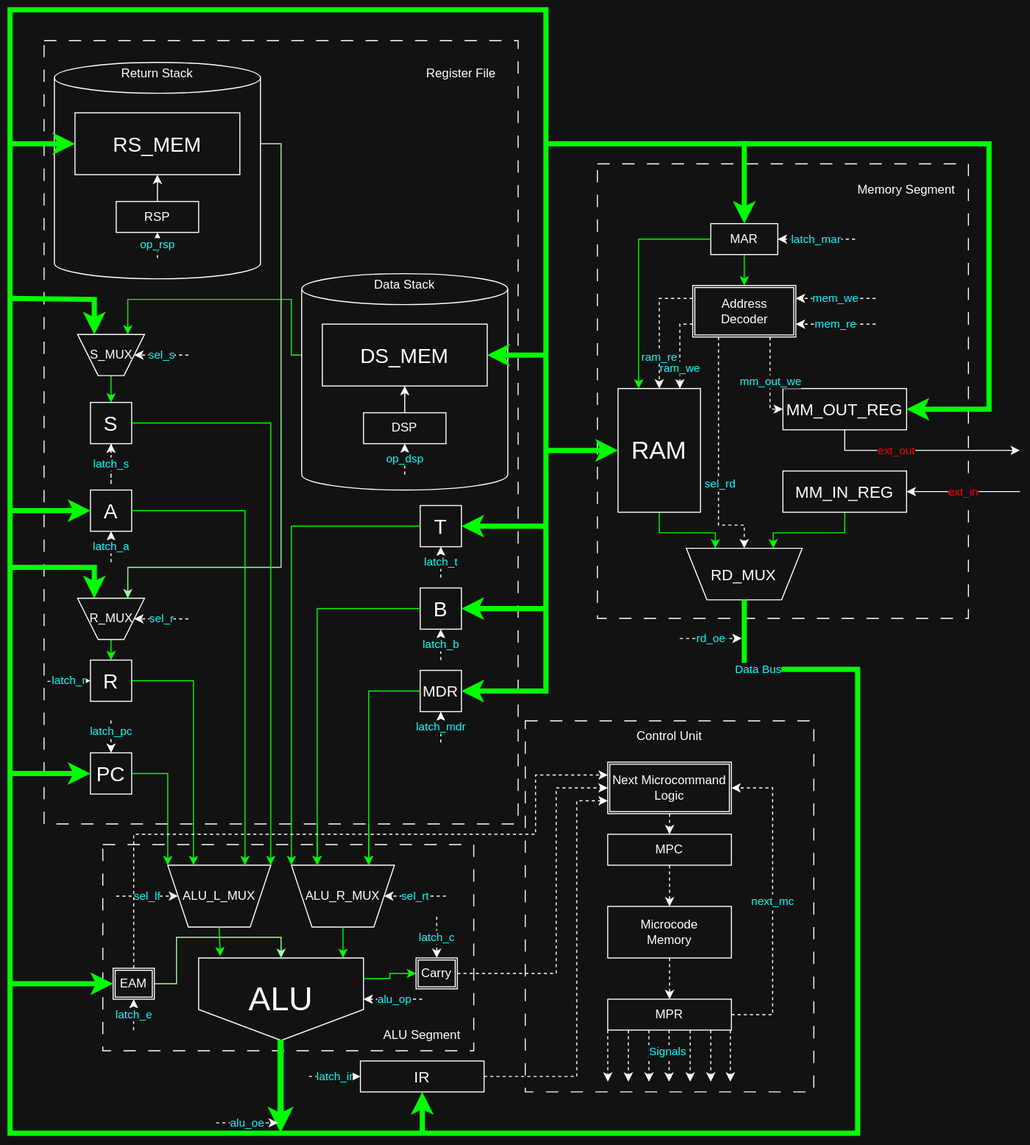
Above: scheme/scheme.svg in Z4Y4T/CSA_lab3 (draw.io), before the change. Source tidied: cells renumbered, new cells last; positions are measured from the earlier drawing's top-left corner, leaving out a move shared by most shapes.
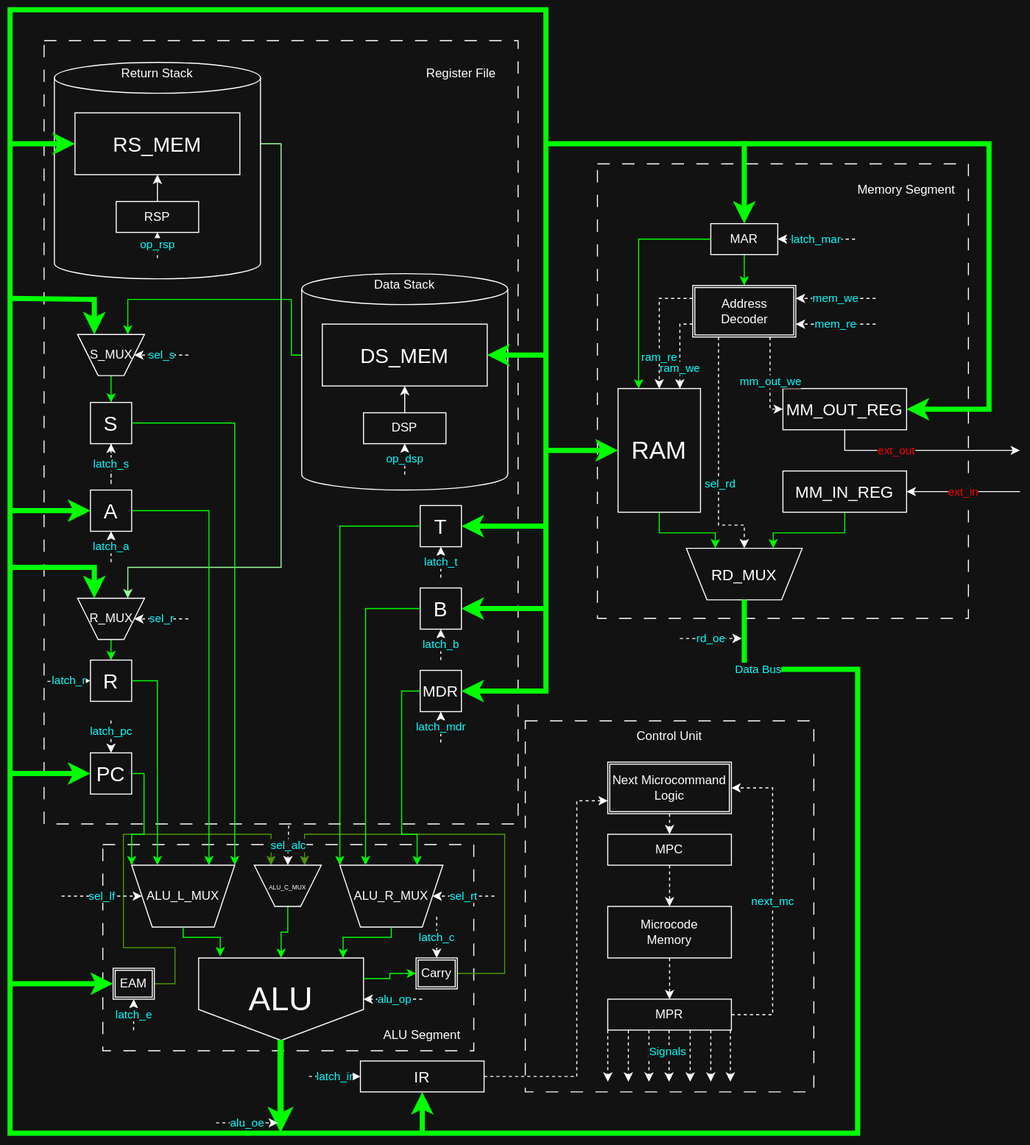
After the commit.

Commit message:
fixed c & eam in alu

What changed in the source:
```diff
@@ -235,39 +235,66 @@
     <mxCell id="49" value="&lt;font style=&quot;font-size: 32px;&quot;&gt;ALU&lt;/font&gt;" style="shape=offPageConnector;whiteSpace=wrap;html=1;size=0.375;" parent="48" vertex="1">
       <mxGeometry x="93" y="110" width="160" height="80" as="geometry" />
     </mxCell>
-    <mxCell id="50" style="edgeStyle=orthogonalEdgeStyle;rounded=0;jettySize=auto;html=1;entryX=0.5;entryY=0;entryDx=0;entryDy=0;strokeColor=light-dark(#000000,#99FF99);" parent="48" edge="1" source="51" target="49">
-      <mxGeometry relative="1" as="geometry" />
-    </mxCell>
+    <mxCell id="125" style="edgeStyle=orthogonalEdgeStyle;rounded=0;jettySize=auto;html=1;entryX=0.75;entryY=1;entryDx=0;entryDy=0;exitX=1;exitY=0.5;exitDx=0;exitDy=0;strokeColor=light-dark(#000000,#4D9900);" parent="48" edge="1" source="51" target="128">
+      <mxGeometry x="0.23" relative="1" as="geometry">
+        <Array as="points">
+          <mxPoint x="70" y="135" />
+          <mxPoint x="70" y="100" />
+          <mxPoint x="20" y="100" />
+          <mxPoint x="20" y="-10" />
+          <mxPoint x="163.3" y="-10" />
+        </Array>
+      </mxGeometry>
+    </mxCell>
     <mxCell id="51" value="EAM" style="shape=ext;double=1;rounded=0;whiteSpace=wrap;html=1;" parent="48" vertex="1">
       <mxGeometry x="10" y="120" width="40" height="30" as="geometry" />
     </mxCell>
     <mxCell id="52" style="edgeStyle=orthogonalEdgeStyle;rounded=0;jettySize=auto;html=1;entryX=0;entryY=0.5;entryDx=0;entryDy=0;strokeColor=light-dark(#000000,#00FF00);exitX=1;exitY=0.25;exitDx=0;exitDy=0;" parent="48" edge="1" source="49" target="53">
       <mxGeometry x="-1" relative="1" as="geometry" />
     </mxCell>
+    <mxCell id="126" style="edgeStyle=orthogonalEdgeStyle;rounded=0;jettySize=auto;html=1;entryX=0.25;entryY=1;entryDx=0;entryDy=0;strokeColor=light-dark(#000000,#4D9900);" parent="48" edge="1" source="53" target="128">
+      <mxGeometry relative="1" as="geometry">
+        <Array as="points">
+          <mxPoint x="390" y="125" />
+          <mxPoint x="390" y="-10" />
+          <mxPoint x="195.8" y="-10" />
+        </Array>
+      </mxGeometry>
+    </mxCell>
     <mxCell id="53" value="Carry" style="shape=ext;double=1;rounded=0;whiteSpace=wrap;html=1;" parent="48" vertex="1">
       <mxGeometry x="304" y="110" width="40" height="30" as="geometry" />
     </mxCell>
     <mxCell id="54" value="ALU_R_MUX" style="shape=trapezoid;perimeter=trapezoidPerimeter;whiteSpace=wrap;html=1;shapeInside=1;fixedSize=1;direction=west;" parent="48" vertex="1">
-      <mxGeometry x="183" y="20" width="100" height="60" as="geometry" />
+      <mxGeometry x="230" y="20" width="100" height="60" as="geometry" />
     </mxCell>
     <mxCell id="55" value="ALU_L_MUX" style="shape=trapezoid;perimeter=trapezoidPerimeter;whiteSpace=wrap;html=1;shapeInside=1;fixedSize=1;direction=west;" parent="48" vertex="1">
-      <mxGeometry x="63" y="20" width="100" height="60" as="geometry" />
+      <mxGeometry x="28" y="20" width="100" height="60" as="geometry" />
     </mxCell>
     <mxCell id="56" value="sel_lf" style="endArrow=classic;html=1;rounded=0;entryX=1;entryY=0.5;entryDx=0;entryDy=0;dashed=1;fontColor=light-dark(#000000,#00FFFF);" parent="48" edge="1" target="55">
       <mxGeometry relative="1" as="geometry">
-        <mxPoint x="13" y="50" as="sourcePoint" />
+        <mxPoint x="-40" y="50" as="sourcePoint" />
       </mxGeometry>
     </mxCell>
     <mxCell id="57" value="sel_rt" style="endArrow=classic;html=1;rounded=0;entryX=0;entryY=0.5;entryDx=0;entryDy=0;dashed=1;fontColor=light-dark(#000000,#00FFFF);" parent="48" edge="1" target="54">
       <mxGeometry relative="1" as="geometry">
-        <mxPoint x="333" y="50" as="sourcePoint" />
+        <mxPoint x="380" y="50" as="sourcePoint" />
       </mxGeometry>
     </mxCell>
     <mxCell id="58" style="edgeStyle=orthogonalEdgeStyle;rounded=0;jettySize=auto;html=1;exitX=0.5;exitY=0;exitDx=0;exitDy=0;entryX=0.131;entryY=-0.02;entryDx=0;entryDy=0;entryPerimeter=0;strokeColor=light-dark(#000000,#00FF00);" parent="48" edge="1" source="55" target="49">
-      <mxGeometry relative="1" as="geometry" />
+      <mxGeometry relative="1" as="geometry">
+        <Array as="points">
+          <mxPoint x="78" y="90" />
+          <mxPoint x="114" y="90" />
+        </Array>
+      </mxGeometry>
     </mxCell>
     <mxCell id="59" style="edgeStyle=orthogonalEdgeStyle;rounded=0;jettySize=auto;html=1;exitX=0.5;exitY=0;exitDx=0;exitDy=0;entryX=0.876;entryY=0;entryDx=0;entryDy=0;entryPerimeter=0;strokeColor=light-dark(#000000,#00FF00);" parent="48" edge="1" source="54" target="49">
-      <mxGeometry relative="1" as="geometry" />
+      <mxGeometry relative="1" as="geometry">
+        <Array as="points">
+          <mxPoint x="280" y="90" />
+          <mxPoint x="233.2" y="90" />
+        </Array>
+      </mxGeometry>
     </mxCell>
     <mxCell id="60" value="latch_c" style="endArrow=classic;html=1;rounded=0;entryX=0.5;entryY=0;entryDx=0;entryDy=0;dashed=1;fontColor=light-dark(#000000,#00FFFF);exitX=0.9;exitY=0.35;exitDx=0;exitDy=0;exitPerimeter=0;" parent="48" edge="1" source="48" target="53">
       <mxGeometry relative="1" as="geometry" />
@@ -296,20 +323,12 @@
     <mxCell id="65" value="ALU Segment" style="text;html=1;whiteSpace=wrap;strokeColor=none;fillColor=none;align=center;verticalAlign=middle;rounded=0;" parent="48" vertex="1">
       <mxGeometry x="270" y="170" width="80" height="30" as="geometry" />
     </mxCell>
-    <mxCell id="66" style="endArrow=classic;html=1;rounded=0;entryX=0.25;entryY=1;entryDx=0;entryDy=0;fontColor=light-dark(#000000,#00FFFF);exitX=0;exitY=0.5;exitDx=0;exitDy=0;strokeColor=light-dark(#000000,#00FF00);" parent="1" edge="1" source="103" target="54">
-      <mxGeometry x="-0.36" relative="1" as="geometry">
-        <Array as="points">
-          <mxPoint x="348" y="660" />
-        </Array>
-      </mxGeometry>
-    </mxCell>
-    <mxCell id="67" style="endArrow=classic;html=1;rounded=0;exitX=0;exitY=0.5;exitDx=0;exitDy=0;entryX=0.75;entryY=1;entryDx=0;entryDy=0;strokeColor=light-dark(#000000,#00FF00);" parent="1" edge="1" source="87" target="54">
-      <mxGeometry x="-0.11" relative="1" as="geometry">
-        <Array as="points">
-          <mxPoint x="298" y="550" />
-        </Array>
-      </mxGeometry>
-    </mxCell>
+    <mxCell id="127" style="edgeStyle=orthogonalEdgeStyle;rounded=0;jettySize=auto;html=1;entryX=0.5;entryY=0;entryDx=0;entryDy=0;strokeColor=light-dark(#000000,#00FF00);" parent="48" edge="1" source="128" target="49">
+      <mxGeometry relative="1" as="geometry" />
+    </mxCell>
+    <mxCell id="128" value="&lt;font style=&quot;font-size: 6px;&quot;&gt;ALU_C_MUX&lt;/font&gt;" style="shape=trapezoid;perimeter=trapezoidPerimeter;whiteSpace=wrap;html=1;shapeInside=1;fixedSize=1;direction=west;" parent="48" vertex="1">
+      <mxGeometry x="147" y="20" width="65" height="40" as="geometry" />
+    </mxCell>
     <mxCell id="68" style="rounded=0;whiteSpace=wrap;html=1;dashed=1;dashPattern=12 12;" parent="1" vertex="1">
       <mxGeometry x="33" y="30" width="460" height="760" as="geometry" />
     </mxCell>
@@ -496,14 +515,6 @@
         <mxPoint x="487" y="631" as="sourcePoint" />
       </mxGeometry>
     </mxCell>
-    <mxCell id="111" style="endArrow=classic;html=1;rounded=0;entryX=0.25;entryY=1;entryDx=0;entryDy=0;fontColor=light-dark(#000000,#00FFFF);exitX=0;exitY=0.5;exitDx=0;exitDy=0;strokeColor=light-dark(#000000,#00FF00);" parent="68" edge="1" source="103">
-      <mxGeometry x="-0.36" relative="1" as="geometry">
-        <mxPoint x="315" y="800" as="targetPoint" />
-        <Array as="points">
-          <mxPoint x="315" y="631" />
-        </Array>
-      </mxGeometry>
-    </mxCell>
     <mxCell id="112" value="Register File" style="text;html=1;whiteSpace=wrap;strokeColor=none;fillColor=none;align=center;verticalAlign=middle;rounded=0;" parent="68" vertex="1">
       <mxGeometry x="365" y="17.2" width="80" height="30" as="geometry" />
     </mxCell>
@@ -513,7 +524,7 @@
     <mxCell id="114" style="endArrow=classic;html=1;rounded=0;exitX=0;exitY=0.5;exitDx=0;exitDy=0;entryX=0.75;entryY=1;entryDx=0;entryDy=0;strokeColor=light-dark(#000000,#00FF00);" parent="1" edge="1" source="87" target="54">
       <mxGeometry x="-0.19" relative="1" as="geometry">
         <Array as="points">
-          <mxPoint x="298" y="581" />
+          <mxPoint x="345" y="581" />
         </Array>
       </mxGeometry>
     </mxCell>
@@ -530,29 +541,14 @@
       <mxGeometry x="0.01" relative="1" as="geometry" />
     </mxCell>
     <mxCell id="119" style="endArrow=classic;html=1;rounded=0;strokeColor=light-dark(#000000,#00FF00);entryX=1;entryY=1;entryDx=0;entryDy=0;exitX=1;exitY=0.5;exitDx=0;exitDy=0;" parent="1" edge="1" source="109" target="55">
-      <mxGeometry x="-0.32" relative="1" as="geometry">
+      <mxGeometry x="-0.38" relative="1" as="geometry">
         <Array as="points">
-          <mxPoint x="153" y="741" />
+          <mxPoint x="130" y="741" />
+          <mxPoint x="130" y="800" />
+          <mxPoint x="118" y="800" />
         </Array>
       </mxGeometry>
     </mxCell>
-    <mxCell id="120" style="edgeStyle=orthogonalEdgeStyle;rounded=0;jettySize=auto;html=1;entryX=0;entryY=0.5;entryDx=0;entryDy=0;dashed=1;" parent="1" edge="1" source="53" target="43">
-      <mxGeometry relative="1" as="geometry">
-        <Array as="points">
-          <mxPoint x="530" y="935" />
-          <mxPoint x="530" y="755" />
-        </Array>
-      </mxGeometry>
-    </mxCell>
-    <mxCell id="121" style="edgeStyle=orthogonalEdgeStyle;rounded=0;jettySize=auto;html=1;entryX=0;entryY=0.25;entryDx=0;entryDy=0;exitX=0.5;exitY=0;exitDx=0;exitDy=0;dashed=1;" parent="1" edge="1" source="51" target="43">
-      <mxGeometry x="-0.04" relative="1" as="geometry">
-        <Array as="points">
-          <mxPoint x="120" y="800" />
-          <mxPoint x="510" y="800" />
-          <mxPoint x="510" y="742.5" />
-        </Array>
-      </mxGeometry>
-    </mxCell>
     <mxCell id="122" style="endArrow=classic;html=1;rounded=0;exitX=1;exitY=0.5;exitDx=0;exitDy=0;entryX=0;entryY=0.75;entryDx=0;entryDy=0;dashed=1;" parent="1" edge="1" source="47" target="43">
       <mxGeometry relative="1" as="geometry">
         <Array as="points">
@@ -573,5 +569,17 @@
         <mxPoint x="710" y="610" as="targetPoint" />
       </mxGeometry>
     </mxCell>
+    <mxCell id="111" style="endArrow=classic;html=1;rounded=0;entryX=0.25;entryY=1;entryDx=0;entryDy=0;fontColor=light-dark(#000000,#00FFFF);exitX=0;exitY=0.5;exitDx=0;exitDy=0;strokeColor=light-dark(#000000,#00FF00);" parent="1" edge="1" source="103" target="54">
+      <mxGeometry x="-0.4" relative="1" as="geometry">
+        <Array as="points">
+          <mxPoint x="380" y="661" />
+          <mxPoint x="380" y="800" />
+          <mxPoint x="395" y="800" />
+        </Array>
+      </mxGeometry>
+    </mxCell>
+    <mxCell id="129" value="sel_alc" style="endArrow=classic;html=1;rounded=0;entryX=0.5;entryY=1;entryDx=0;entryDy=0;dashed=1;fontColor=light-dark(#000000,#00FFFF);exitX=0.516;exitY=1.002;exitDx=0;exitDy=0;exitPerimeter=0;" parent="1" edge="1" source="68" target="128">
+      <mxGeometry relative="1" as="geometry" />
+    </mxCell>
   </root>
 </mxGraphModel>
```
